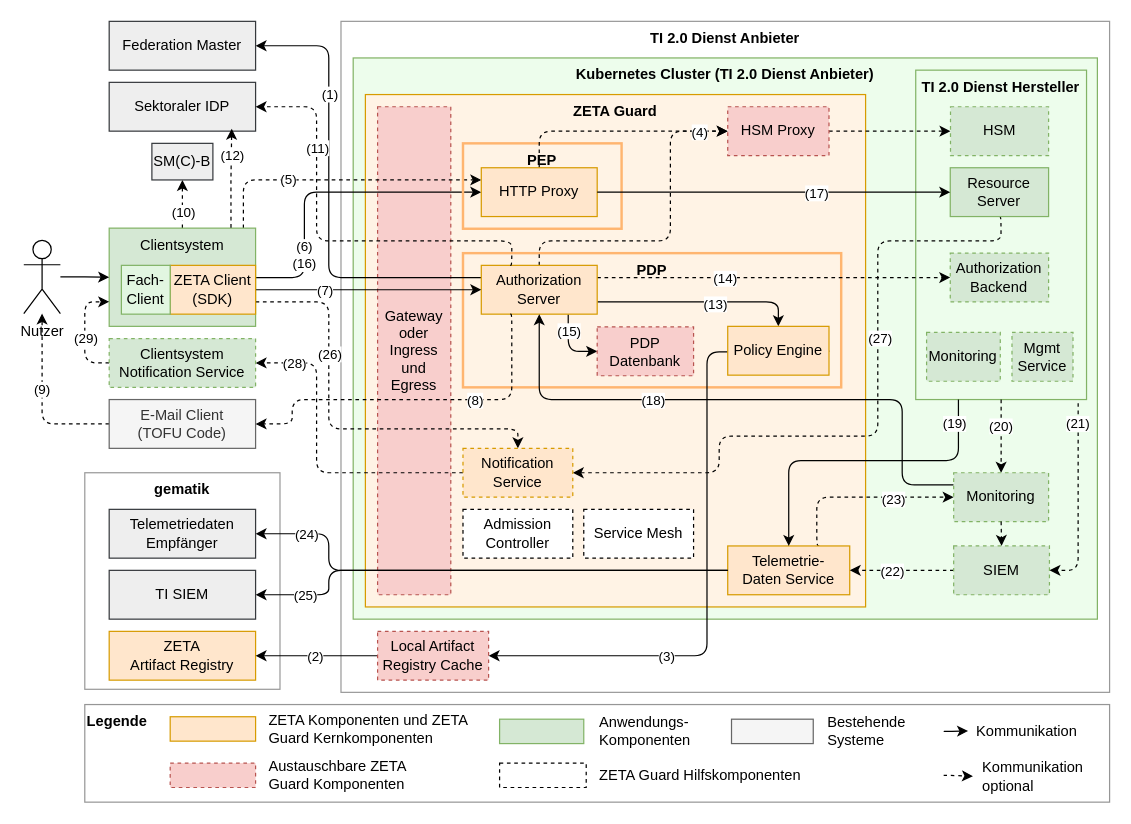
Earlier version of the draw.io diagram src/drawio/Zero-Trust-Architektur.drawio (gematik/zeta). Source tidied: cells renumbered, new cells numbered last; positions are measured from the earlier drawing's top-left corner, leaving out a move shared by most shapes. Both pictures are drawn from the tidied source at 122%, with x=0, y=0 at pixel (23, 21).
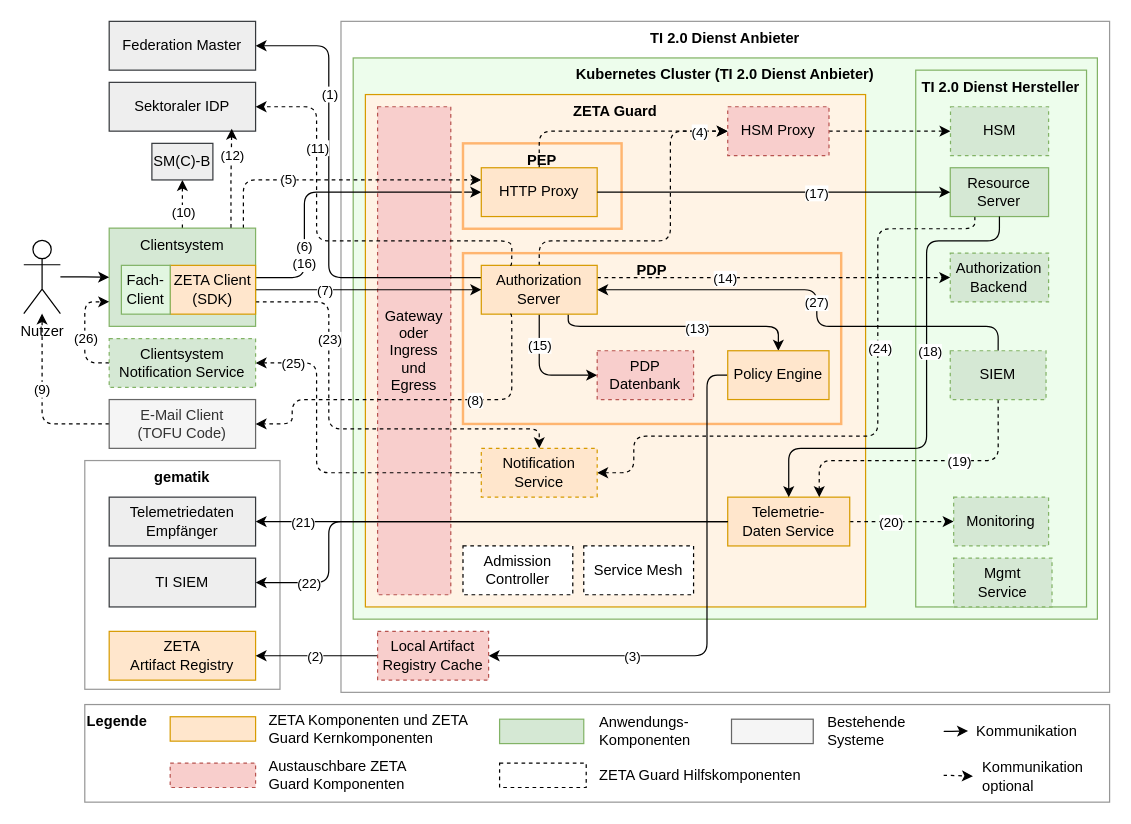
Above is the later version.

Commit message:
refactor: Adjust diagram layout, resize shapes, and update edge routing in Zero-Trust-Architektur.drawio.

The change refers to these unchanged cells:
```xml
<mxCell id="20" value="Authorization Server" style="rounded=0;whiteSpace=wrap;html=1;fillColor=#ffe6cc;strokeColor=#d79b00;" parent="1" vertex="1">
  <mxGeometry x="375" y="200" width="95" height="40" as="geometry" />
</mxCell>
<mxCell id="28" value="&lt;div&gt;Resource Server&lt;/div&gt;" style="rounded=0;whiteSpace=wrap;html=1;fillColor=#d5e8d4;strokeColor=#82b366;" parent="1" vertex="1">
  <mxGeometry x="759.4" y="120" width="80.6" height="40" as="geometry" />
</mxCell>
<mxCell id="81" value="ZETA Client&lt;div&gt;(SDK)&lt;/div&gt;" style="rounded=0;whiteSpace=wrap;html=1;fillColor=#ffe6cc;strokeColor=#d79b00;" parent="1" vertex="1">
  <mxGeometry x="120" y="200" width="70" height="40" as="geometry" />
</mxCell>
<mxCell id="92" style="edgeStyle=orthogonalEdgeStyle;rounded=1;jettySize=auto;html=1;entryX=1;entryY=0.5;entryDx=0;entryDy=0;exitX=0;exitY=0.5;exitDx=0;exitDy=0;curved=0;dashed=1;" parent="1" edge="1" source="94" target="97">
  <mxGeometry relative="1" as="geometry">
    <Array as="points">
      <mxPoint x="240" y="370" />
      <mxPoint x="240" y="280" />
    </Array>
  </mxGeometry>
</mxCell>
<mxCell id="95" style="edgeStyle=orthogonalEdgeStyle;rounded=1;jettySize=auto;html=1;entryX=0;entryY=0.75;entryDx=0;entryDy=0;exitX=0;exitY=0.5;exitDx=0;exitDy=0;curved=0;dashed=1;" parent="1" edge="1" source="97" target="45">
  <mxGeometry relative="1" as="geometry">
    <Array as="points">
      <mxPoint x="50" y="280" />
      <mxPoint x="50" y="230" />
    </Array>
  </mxGeometry>
</mxCell>
<mxCell id="112" value="Local Artifact Registry Cache" style="rounded=0;whiteSpace=wrap;html=1;dashed=1;fillColor=#f8cecc;strokeColor=#b85450;" parent="1" vertex="1">
  <mxGeometry x="290" y="500" width="91" height="40" as="geometry" />
</mxCell>
```

Diff of the diagram source:
```diff
@@
     <mxCell id="4" value="&lt;b&gt;TI 2.0 Dienst Hersteller&lt;/b&gt;" style="rounded=0;whiteSpace=wrap;html=1;fillColor=#edfdec;strokeColor=#82b366;align=center;verticalAlign=top;" parent="1" vertex="1">
-      <mxGeometry x="731.1" y="40" width="140" height="270" as="geometry" />
+      <mxGeometry x="731.1" y="40" width="140" height="440" as="geometry" />
     </mxCell>
@@
     <mxCell id="9" value="&lt;b&gt;gematik&lt;/b&gt;" style="rounded=0;whiteSpace=wrap;html=1;align=center;verticalAlign=top;strokeColor=#999999;" parent="1" vertex="1">
-      <mxGeometry x="50" y="370" width="160" height="177.5" as="geometry" />
+      <mxGeometry x="50" y="360" width="160" height="187.5" as="geometry" />
     </mxCell>
     <mxCell id="10" value="&lt;b&gt;PDP&lt;/b&gt;" style="rounded=0;whiteSpace=wrap;html=1;fillColor=none;verticalAlign=top;strokeColor=#FFB570;strokeWidth=2;glass=0;shadow=0;" parent="1" vertex="1">
-      <mxGeometry x="360" y="190" width="310" height="110" as="geometry" />
+      <mxGeometry x="360" y="190" width="310" height="140" as="geometry" />
     </mxCell>
-    <mxCell id="11" style="edgeStyle=orthogonalEdgeStyle;rounded=1;jettySize=auto;html=1;entryX=0.5;entryY=0;entryDx=0;entryDy=0;curved=0;enumerate=0;startArrow=none;startFill=0;exitX=1;exitY=0.75;exitDx=0;exitDy=0;" parent="1" edge="1" source="20" target="23">
+    <mxCell id="11" style="edgeStyle=orthogonalEdgeStyle;rounded=1;jettySize=auto;html=1;entryX=0.5;entryY=0;entryDx=0;entryDy=0;curved=0;enumerate=0;startArrow=none;startFill=0;exitX=0.75;exitY=1;exitDx=0;exitDy=0;" parent="1" edge="1" source="20" target="23">
       <mxGeometry relative="1" as="geometry">
         <Array as="points">
-          <mxPoint x="619" y="230" />
+          <mxPoint x="446" y="250" />
+          <mxPoint x="619" y="250" />
         </Array>
       </mxGeometry>
     </mxCell>
@@
-    <mxCell id="16" style="edgeStyle=orthogonalEdgeStyle;html=1;entryX=0;entryY=0.5;entryDx=0;entryDy=0;exitX=0.75;exitY=1;exitDx=0;exitDy=0;" parent="1" edge="1" source="20" target="90">
+    <mxCell id="16" style="edgeStyle=orthogonalEdgeStyle;html=1;entryX=0;entryY=0.5;entryDx=0;entryDy=0;exitX=0.5;exitY=1;exitDx=0;exitDy=0;" parent="1" edge="1" source="20" target="90">
       <mxGeometry relative="1" as="geometry" />
     </mxCell>
@@
-    <mxCell id="21" style="edgeStyle=orthogonalEdgeStyle;rounded=1;jettySize=auto;html=1;entryX=1;entryY=0.5;entryDx=0;entryDy=0;exitX=1;exitY=0.5;exitDx=0;exitDy=0;curved=0;" parent="1" edge="1" source="23" target="112">
+    <mxCell id="21" style="edgeStyle=orthogonalEdgeStyle;rounded=1;jettySize=auto;html=1;entryX=1;entryY=0.5;entryDx=0;entryDy=0;exitX=0;exitY=0.5;exitDx=0;exitDy=0;curved=0;" parent="1" edge="1" source="23" target="112">
       <mxGeometry relative="1" as="geometry">
         <Array as="points">
-          <mxPoint x="560" y="271" />
+          <mxPoint x="560" y="290" />
           <mxPoint x="560" y="520" />
         </Array>
       </mxGeometry>
     </mxCell>
@@
     <mxCell id="23" value="Policy Engine" style="rounded=0;whiteSpace=wrap;html=1;fillColor=#ffe6cc;strokeColor=#d79b00;" parent="1" vertex="1">
-      <mxGeometry x="577" y="250" width="83" height="40" as="geometry" />
+      <mxGeometry x="577" y="270" width="83" height="40" as="geometry" />
     </mxCell>
-    <mxCell id="24" style="edgeStyle=orthogonalEdgeStyle;rounded=1;jettySize=auto;html=1;entryX=1;entryY=0.5;entryDx=0;entryDy=0;curved=0;exitX=0.951;exitY=1.011;exitDx=0;exitDy=0;dashed=1;exitPerimeter=0;" parent="1" edge="1" source="4" target="91">
-      <mxGeometry relative="1" as="geometry">
-        <Array as="points">
-          <mxPoint x="864" y="450" />
-        </Array>
-      </mxGeometry>
-    </mxCell>
-    <mxCell id="25" value="(21)" style="edgeLabel;html=1;align=center;verticalAlign=middle;" parent="24" vertex="1">
-      <mxGeometry x="-0.7" y="-1" relative="1" as="geometry">
-        <mxPoint y="-7" as="offset" />
-      </mxGeometry>
-    </mxCell>
-    <mxCell id="26" style="edgeStyle=orthogonalEdgeStyle;rounded=1;jettySize=auto;html=1;entryX=1;entryY=0.5;entryDx=0;entryDy=0;exitX=0.5;exitY=1;exitDx=0;exitDy=0;curved=0;dashed=1;" parent="1" edge="1" source="28" target="94">
+    <mxCell id="26" style="edgeStyle=orthogonalEdgeStyle;rounded=1;jettySize=auto;html=1;entryX=1;entryY=0.5;entryDx=0;entryDy=0;exitX=0.25;exitY=1;exitDx=0;exitDy=0;curved=0;dashed=1;" parent="1" edge="1" source="28" target="94">
       <mxGeometry relative="1" as="geometry">
         <Array as="points">
-          <mxPoint x="801" y="160" />
-          <mxPoint x="801" y="180" />
-          <mxPoint x="700" y="180" />
+          <mxPoint x="780" y="170" />
+          <mxPoint x="700" y="170" />
           <mxPoint x="700" y="340" />
-          <mxPoint x="570" y="340" />
-          <mxPoint x="570" y="370" />
+          <mxPoint x="500" y="340" />
+          <mxPoint x="500" y="370" />
         </Array>
       </mxGeometry>
     </mxCell>
-    <mxCell id="27" value="(27)" style="edgeLabel;html=1;align=center;verticalAlign=middle;" parent="26" vertex="1">
+    <mxCell id="27" value="(24)" style="edgeLabel;html=1;align=center;verticalAlign=middle;" parent="26" vertex="1">
       <mxGeometry x="-0.28" y="1" relative="1" as="geometry" />
     </mxCell>
@@
-    <mxCell id="29" style="edgeStyle=orthogonalEdgeStyle;rounded=0;jettySize=auto;html=1;entryX=0.5;entryY=0;entryDx=0;entryDy=0;dashed=1;exitX=0.5;exitY=1;exitDx=0;exitDy=0;" parent="1" edge="1" source="4" target="38">
-      <mxGeometry relative="1" as="geometry" />
-    </mxCell>
-    <mxCell id="30" value="(20)" style="edgeLabel;html=1;align=center;verticalAlign=middle;" parent="29" vertex="1">
-      <mxGeometry x="-0.08" y="-2" relative="1" as="geometry">
-        <mxPoint x="1" y="-7" as="offset" />
-      </mxGeometry>
-    </mxCell>
@@
-    <mxCell id="32" style="edgeStyle=orthogonalEdgeStyle;rounded=1;jettySize=auto;html=1;startArrow=none;startFill=0;entryX=0;entryY=0.5;entryDx=0;entryDy=0;curved=0;exitX=0.75;exitY=0;exitDx=0;exitDy=0;dashed=1;" parent="1" edge="1" source="34" target="38">
-      <mxGeometry relative="1" as="geometry">
-        <Array as="points">
-          <mxPoint x="650" y="430" />
-          <mxPoint x="650" y="390" />
-        </Array>
-      </mxGeometry>
+    <mxCell id="32" style="edgeStyle=orthogonalEdgeStyle;rounded=1;jettySize=auto;html=1;startArrow=none;startFill=0;entryX=0;entryY=0.5;entryDx=0;entryDy=0;curved=0;exitX=1;exitY=0.5;exitDx=0;exitDy=0;dashed=1;" parent="1" edge="1" source="34" target="38">
+      <mxGeometry relative="1" as="geometry" />
     </mxCell>
-    <mxCell id="33" value="(23)" style="edgeLabel;html=1;align=center;verticalAlign=middle;" parent="32" vertex="1">
+    <mxCell id="33" value="(20)" style="edgeLabel;html=1;align=center;verticalAlign=middle;" parent="32" vertex="1">
       <mxGeometry x="-0.08" y="-1" relative="1" as="geometry">
-        <mxPoint x="33" as="offset" />
+        <mxPoint x="-6" y="-1" as="offset" />
       </mxGeometry>
     </mxCell>
     <mxCell id="34" value="Telemetrie-Daten&amp;nbsp;&lt;span style=&quot;background-color: initial;&quot;&gt;Service&lt;/span&gt;" style="rounded=0;whiteSpace=wrap;html=1;fillColor=#ffe6cc;strokeColor=#d79b00;" parent="1" vertex="1">
-      <mxGeometry x="577" y="430" width="100" height="40" as="geometry" />
+      <mxGeometry x="577" y="390" width="100" height="40" as="geometry" />
     </mxCell>
     <mxCell id="35" value="Mgmt&lt;div&gt;Service&lt;/div&gt;" style="rounded=0;whiteSpace=wrap;html=1;dashed=1;fillColor=#d5e8d4;strokeColor=#82b366;" parent="1" vertex="1">
-      <mxGeometry x="810" y="255" width="50" height="40" as="geometry" />
+      <mxGeometry x="762.2" y="440" width="80.6" height="40" as="geometry" />
     </mxCell>
-    <mxCell id="36" style="edgeStyle=orthogonalEdgeStyle;rounded=1;jettySize=auto;html=1;curved=0;entryX=0.5;entryY=1;entryDx=0;entryDy=0;exitX=0;exitY=0.25;exitDx=0;exitDy=0;" parent="1" edge="1" source="38" target="20">
+    <mxCell id="36" style="edgeStyle=orthogonalEdgeStyle;rounded=1;jettySize=auto;html=1;curved=0;entryX=1;entryY=0.5;entryDx=0;entryDy=0;exitX=0.5;exitY=0;exitDx=0;exitDy=0;" parent="1" edge="1" source="91" target="20">
       <mxGeometry relative="1" as="geometry">
         <Array as="points">
-          <mxPoint x="720" y="380" />
-          <mxPoint x="720" y="310" />
-          <mxPoint x="423" y="310" />
-          <mxPoint x="423" y="240" />
+          <mxPoint x="799" y="250" />
+          <mxPoint x="650" y="250" />
+          <mxPoint x="650" y="220" />
         </Array>
       </mxGeometry>
     </mxCell>
-    <mxCell id="37" value="(18)" style="edgeLabel;html=1;align=center;verticalAlign=middle;" parent="36" vertex="1">
+    <mxCell id="37" value="(27)" style="edgeLabel;html=1;align=center;verticalAlign=middle;" parent="36" vertex="1">
       <mxGeometry x="0.13" relative="1" as="geometry">
-        <mxPoint x="-46" as="offset" />
+        <mxPoint x="15" y="10" as="offset" />
       </mxGeometry>
     </mxCell>
     <mxCell id="38" value="&lt;div&gt;Monitoring&lt;/div&gt;" style="rounded=0;whiteSpace=wrap;html=1;fillColor=#d5e8d4;strokeColor=#82b366;dashed=1;" parent="1" vertex="1">
-      <mxGeometry x="762.2" y="370" width="77.8" height="40" as="geometry" />
+      <mxGeometry x="762.2" y="390" width="77.8" height="40" as="geometry" />
     </mxCell>
@@
     <mxCell id="55" style="edgeStyle=orthogonalEdgeStyle;rounded=1;jettySize=auto;html=1;entryX=1;entryY=0.5;entryDx=0;entryDy=0;exitX=0;exitY=0.5;exitDx=0;exitDy=0;curved=0;" parent="1" edge="1" source="34" target="62">
       <mxGeometry relative="1" as="geometry">
         <Array as="points">
-          <mxPoint x="250" y="450" />
-          <mxPoint x="250" y="420" />
+          <mxPoint x="500" y="410" />
+          <mxPoint x="500" y="410" />
         </Array>
       </mxGeometry>
     </mxCell>
     <mxCell id="56" style="edgeStyle=orthogonalEdgeStyle;rounded=1;jettySize=auto;html=1;entryX=1;entryY=0.5;entryDx=0;entryDy=0;curved=0;exitX=0;exitY=0.5;exitDx=0;exitDy=0;" parent="1" edge="1" source="34" target="64">
       <mxGeometry relative="1" as="geometry">
         <Array as="points">
-          <mxPoint x="250" y="450" />
-          <mxPoint x="250" y="470" />
+          <mxPoint x="250" y="410" />
+          <mxPoint x="250" y="460" />
         </Array>
       </mxGeometry>
     </mxCell>
-    <mxCell id="57" value="(24)" style="edgeLabel;html=1;align=center;verticalAlign=middle;" parent="56" vertex="1">
+    <mxCell id="57" value="(21)" style="edgeLabel;html=1;align=center;verticalAlign=middle;" parent="56" vertex="1">
       <mxGeometry x="-0.8" relative="1" as="geometry">
-        <mxPoint x="-305" y="-30" as="offset" />
+        <mxPoint x="-305" as="offset" />
       </mxGeometry>
     </mxCell>
-    <mxCell id="58" value="(25)" style="edgeLabel;html=1;align=center;verticalAlign=middle;" parent="56" vertex="1">
+    <mxCell id="58" value="(22)" style="edgeLabel;html=1;align=center;verticalAlign=middle;" parent="56" vertex="1">
       <mxGeometry x="0.86" relative="1" as="geometry">
         <mxPoint x="12" as="offset" />
       </mxGeometry>
     </mxCell>
-    <mxCell id="59" style="edgeStyle=orthogonalEdgeStyle;rounded=1;jettySize=auto;html=1;entryX=1;entryY=0.5;entryDx=0;entryDy=0;dashed=1;curved=0;exitX=0;exitY=0.5;exitDx=0;exitDy=0;startArrow=none;startFill=0;" parent="1" edge="1" source="91" target="34">
+    <mxCell id="59" style="edgeStyle=orthogonalEdgeStyle;rounded=1;jettySize=auto;html=1;entryX=0.75;entryY=0;entryDx=0;entryDy=0;dashed=1;curved=0;exitX=0.5;exitY=1;exitDx=0;exitDy=0;startArrow=none;startFill=0;" parent="1" edge="1" source="91" target="34">
       <mxGeometry relative="1" as="geometry">
         <Array as="points">
-          <mxPoint x="750" y="450" />
-          <mxPoint x="750" y="450" />
+          <mxPoint x="799" y="360" />
+          <mxPoint x="652" y="360" />
         </Array>
       </mxGeometry>
     </mxCell>
-    <mxCell id="60" value="(22)" style="edgeLabel;html=1;align=center;verticalAlign=middle;" parent="59" vertex="1">
+    <mxCell id="60" value="(19)" style="edgeLabel;html=1;align=center;verticalAlign=middle;" parent="59" vertex="1">
       <mxGeometry x="-0.46" y="-1" relative="1" as="geometry">
-        <mxPoint x="-28" y="1" as="offset" />
+        <mxPoint x="-21" y="1" as="offset" />
       </mxGeometry>
     </mxCell>
-    <mxCell id="61" style="edgeStyle=orthogonalEdgeStyle;rounded=1;jettySize=auto;html=1;entryX=0.5;entryY=0;entryDx=0;entryDy=0;dashed=1;curved=0;exitX=0.5;exitY=1;exitDx=0;exitDy=0;" parent="1" edge="1" source="38" target="91">
-      <mxGeometry relative="1" as="geometry" />
-    </mxCell>
     <mxCell id="62" value="&lt;span&gt;Telemetriedaten&lt;/span&gt;&lt;div&gt;&lt;span&gt;Empfänger&lt;/span&gt;&lt;/div&gt;" style="rounded=0;whiteSpace=wrap;html=1;fillColor=#eeeeee;strokeColor=#36393d;" parent="1" vertex="1">
-      <mxGeometry x="70" y="400" width="120" height="40" as="geometry" />
+      <mxGeometry x="70" y="390" width="120" height="40" as="geometry" />
     </mxCell>
@@
     <mxCell id="64" value="&lt;div&gt;TI SIEM&lt;/div&gt;" style="rounded=0;whiteSpace=wrap;html=1;fillColor=#eeeeee;strokeColor=#36393d;" parent="1" vertex="1">
-      <mxGeometry x="70" y="450" width="120" height="40" as="geometry" />
+      <mxGeometry x="70" y="440" width="120" height="40" as="geometry" />
     </mxCell>
@@
     <mxCell id="77" style="edgeStyle=orthogonalEdgeStyle;rounded=1;jettySize=auto;html=1;entryX=0.5;entryY=0;entryDx=0;entryDy=0;curved=0;exitX=1;exitY=0.75;exitDx=0;exitDy=0;dashed=1;" parent="1" edge="1" source="81" target="94">
       <mxGeometry relative="1" as="geometry">
         <Array as="points">
           <mxPoint x="250" y="230" />
           <mxPoint x="250" y="334" />
-          <mxPoint x="405" y="334" />
+          <mxPoint x="423" y="334" />
+          <mxPoint x="423" y="350" />
         </Array>
       </mxGeometry>
     </mxCell>
-    <mxCell id="78" value="(26)" style="edgeLabel;html=1;align=center;verticalAlign=middle;" parent="77" vertex="1">
-      <mxGeometry x="-0.39" relative="1" as="geometry" />
+    <mxCell id="78" value="(23)" style="edgeLabel;html=1;align=center;verticalAlign=middle;" parent="77" vertex="1">
+      <mxGeometry x="-0.39" relative="1" as="geometry">
+        <mxPoint y="-18" as="offset" />
+      </mxGeometry>
     </mxCell>
@@
     <mxCell id="90" value="PDP Datenbank" style="rounded=0;whiteSpace=wrap;html=1;fillColor=#f8cecc;strokeColor=#b85450;dashed=1;" parent="1" vertex="1">
-      <mxGeometry x="470" y="250.5" width="79" height="40" as="geometry" />
+      <mxGeometry x="470" y="270" width="79" height="40" as="geometry" />
     </mxCell>
     <mxCell id="91" value="&lt;div&gt;SIEM&lt;/div&gt;" style="rounded=0;whiteSpace=wrap;html=1;fillColor=#d5e8d4;strokeColor=#82b366;dashed=1;" parent="1" vertex="1">
-      <mxGeometry x="762.2" y="430" width="78.5" height="40" as="geometry" />
+      <mxGeometry x="759.4" y="270" width="78.5" height="40" as="geometry" />
     </mxCell>
@@
-    <mxCell id="93" value="(28)" style="edgeLabel;html=1;align=center;verticalAlign=middle;" parent="92" vertex="1">
-      <mxGeometry x="0.76" relative="1" as="geometry" />
+    <mxCell id="93" value="(25)" style="edgeLabel;html=1;align=center;verticalAlign=middle;" parent="92" vertex="1">
+      <mxGeometry x="0.76" relative="1" as="geometry">
+        <mxPoint x="-3" as="offset" />
+      </mxGeometry>
     </mxCell>
     <mxCell id="94" value="&lt;div&gt;Notification Service&lt;/div&gt;" style="rounded=0;whiteSpace=wrap;html=1;dashed=1;fillColor=#ffe6cc;strokeColor=#d79b00;" parent="1" vertex="1">
-      <mxGeometry x="360" y="350" width="90" height="40" as="geometry" />
+      <mxGeometry x="375" y="350" width="95" height="40" as="geometry" />
     </mxCell>
@@
-    <mxCell id="96" value="(29)" style="edgeLabel;html=1;align=center;verticalAlign=middle;" parent="95" vertex="1">
+    <mxCell id="96" value="(26)" style="edgeLabel;html=1;align=center;verticalAlign=middle;" parent="95" vertex="1">
       <mxGeometry x="-0.1" relative="1" as="geometry" />
     </mxCell>
@@
-    <mxCell id="98" style="edgeStyle=orthogonalEdgeStyle;rounded=1;jettySize=auto;html=1;entryX=0.5;entryY=0;entryDx=0;entryDy=0;curved=0;exitX=0.25;exitY=1;exitDx=0;exitDy=0;" parent="1" edge="1" source="4" target="34">
+    <mxCell id="98" style="edgeStyle=orthogonalEdgeStyle;rounded=1;jettySize=auto;html=1;entryX=0.5;entryY=0;entryDx=0;entryDy=0;curved=0;exitX=0.5;exitY=1;exitDx=0;exitDy=0;" parent="1" edge="1" source="28" target="34">
       <mxGeometry relative="1" as="geometry">
         <Array as="points">
-          <mxPoint x="766" y="360" />
-          <mxPoint x="627" y="360" />
+          <mxPoint x="800" y="180" />
+          <mxPoint x="740" y="180" />
+          <mxPoint x="740" y="350" />
+          <mxPoint x="627" y="350" />
         </Array>
       </mxGeometry>
     </mxCell>
-    <mxCell id="99" value="(19)" style="edgeLabel;html=1;align=center;verticalAlign=middle;" parent="98" vertex="1">
+    <mxCell id="99" value="(18)" style="edgeLabel;html=1;align=center;verticalAlign=middle;" parent="98" vertex="1">
       <mxGeometry x="-0.75" relative="1" as="geometry">
-        <mxPoint x="-4" y="-13" as="offset" />
+        <mxPoint x="-27" y="90" as="offset" />
       </mxGeometry>
     </mxCell>
-    <mxCell id="100" value="&lt;div&gt;Monitoring&lt;/div&gt;" style="rounded=0;whiteSpace=wrap;html=1;fillColor=#d5e8d4;strokeColor=#82b366;dashed=1;" parent="1" vertex="1">
-      <mxGeometry x="740" y="255" width="60.4" height="40" as="geometry" />
-    </mxCell>
@@
     <mxCell id="108" value="&lt;div&gt;Admission Controller&lt;/div&gt;" style="rounded=0;whiteSpace=wrap;html=1;dashed=1;" parent="1" vertex="1">
-      <mxGeometry x="360" y="400" width="90" height="40" as="geometry" />
+      <mxGeometry x="360" y="430" width="90" height="40" as="geometry" />
     </mxCell>
     <mxCell id="109" value="Service Mesh" style="rounded=0;whiteSpace=wrap;html=1;dashed=1;" parent="1" vertex="1">
-      <mxGeometry x="459" y="400" width="90" height="40" as="geometry" />
+      <mxGeometry x="459" y="430" width="90" height="40" as="geometry" />
     </mxCell>
```
